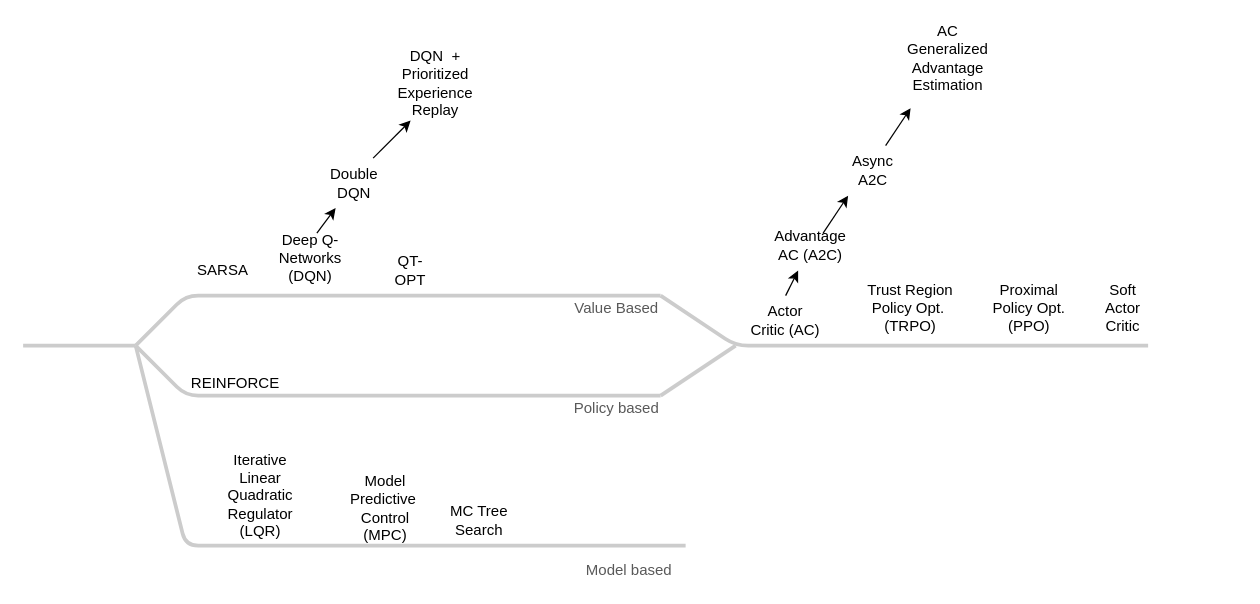
cicyfan/cs-gy-6613-spring-2020 keeps this draw.io diagram as content/docs/lectures/drl/images/drl.drawio. Above is the earlier version. Source tidied: cells renumbered, new cells numbered last; positions are measured from the earlier drawing's top-left corner, leaving out a move shared by most shapes. Both pictures are drawn from the tidied source at 125%, with x=0, y=0 at pixel (22, 45).
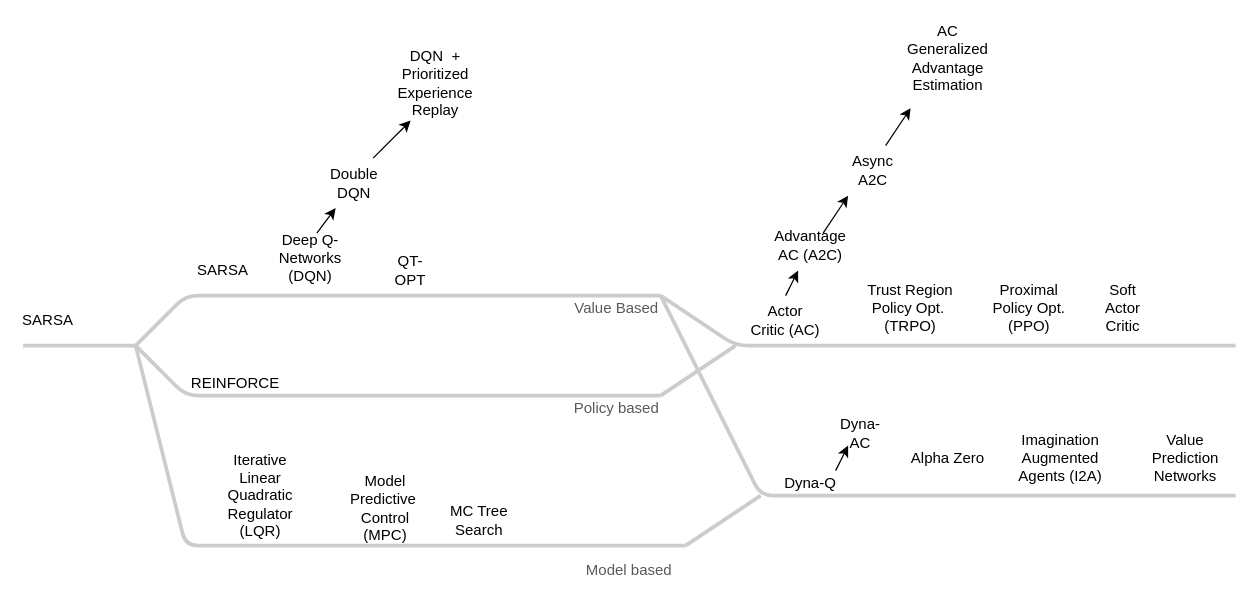
Above is the later version.

Unchanged cells that the change refers to:
```xml
<mxCell id="10" value="Value Based&lt;br&gt;" style="text;html=1;strokeColor=none;fillColor=none;align=center;verticalAlign=middle;whiteSpace=wrap;rounded=0;fontColor=#595959;" parent="1" vertex="1">
  <mxGeometry x="440" y="200" width="70" height="20" as="geometry" />
</mxCell>
```

Change to the diagram source:
```diff
@@
     <mxCell id="19" style="endArrow=none;html=1;strokeWidth=3;strokeColor=#CCCCCC;labelBackgroundColor=none;fontSize=16;" parent="1" edge="1">
       <mxGeometry relative="1" as="geometry">
         <mxPoint x="510" y="200" as="sourcePoint" />
-        <mxPoint x="900" y="240" as="targetPoint" />
+        <mxPoint x="970" y="240" as="targetPoint" />
         <Array as="points">
           <mxPoint x="570" y="240" />
         </Array>
       </mxGeometry>
     </mxCell>
@@
+    <mxCell id="33" value="SARSA" style="text;html=1;strokeColor=none;fillColor=none;align=center;verticalAlign=middle;whiteSpace=wrap;rounded=0;" parent="1" vertex="1">
+      <mxGeometry y="210" width="40" height="20" as="geometry" />
+    </mxCell>
+    <mxCell id="34" style="endArrow=none;html=1;strokeWidth=3;strokeColor=#CCCCCC;labelBackgroundColor=none;fontSize=16;exitX=1;exitY=0;exitDx=0;exitDy=0;" parent="1" edge="1" source="10">
+      <mxGeometry relative="1" as="geometry">
+        <mxPoint x="970" y="360" as="targetPoint" />
+        <Array as="points">
+          <mxPoint x="590" y="360" />
+        </Array>
+      </mxGeometry>
+    </mxCell>
+    <mxCell id="35" style="endArrow=none;html=1;strokeWidth=3;strokeColor=#CCCCCC;labelBackgroundColor=none;fontSize=16;" parent="1" edge="1">
+      <mxGeometry relative="1" as="geometry">
+        <mxPoint x="530" y="400" as="sourcePoint" />
+        <mxPoint x="590" y="360" as="targetPoint" />
+      </mxGeometry>
+    </mxCell>
+    <mxCell id="36" value="Dyna-Q" style="text;html=1;strokeColor=none;fillColor=none;align=center;verticalAlign=middle;whiteSpace=wrap;rounded=0;" parent="1" vertex="1">
+      <mxGeometry x="600" y="340" width="60" height="20" as="geometry" />
+    </mxCell>
+    <mxCell id="37" value="Dyna-AC" style="text;html=1;strokeColor=none;fillColor=none;align=center;verticalAlign=middle;whiteSpace=wrap;rounded=0;" parent="1" vertex="1">
+      <mxGeometry x="650" y="300" width="40" height="20" as="geometry" />
+    </mxCell>
+    <mxCell id="38" style="endArrow=classic;html=1;fontColor=#595959;" parent="1" edge="1">
+      <mxGeometry relative="1" as="geometry">
+        <mxPoint x="650" y="340" as="sourcePoint" />
+        <mxPoint x="660" y="320" as="targetPoint" />
+      </mxGeometry>
+    </mxCell>
+    <mxCell id="39" value="Alpha Zero" style="text;html=1;strokeColor=none;fillColor=none;align=center;verticalAlign=middle;whiteSpace=wrap;rounded=0;" parent="1" vertex="1">
+      <mxGeometry x="700" y="320" width="80" height="20" as="geometry" />
+    </mxCell>
+    <mxCell id="40" value="Imagination&lt;br&gt;Augmented&lt;br&gt;Agents (I2A)" style="text;html=1;strokeColor=none;fillColor=none;align=center;verticalAlign=middle;whiteSpace=wrap;rounded=0;" parent="1" vertex="1">
+      <mxGeometry x="790" y="320" width="80" height="20" as="geometry" />
+    </mxCell>
+    <mxCell id="41" value="Value Prediction Networks" style="text;html=1;strokeColor=none;fillColor=none;align=center;verticalAlign=middle;whiteSpace=wrap;rounded=0;" parent="1" vertex="1">
+      <mxGeometry x="890" y="320" width="80" height="20" as="geometry" />
+    </mxCell>
```
